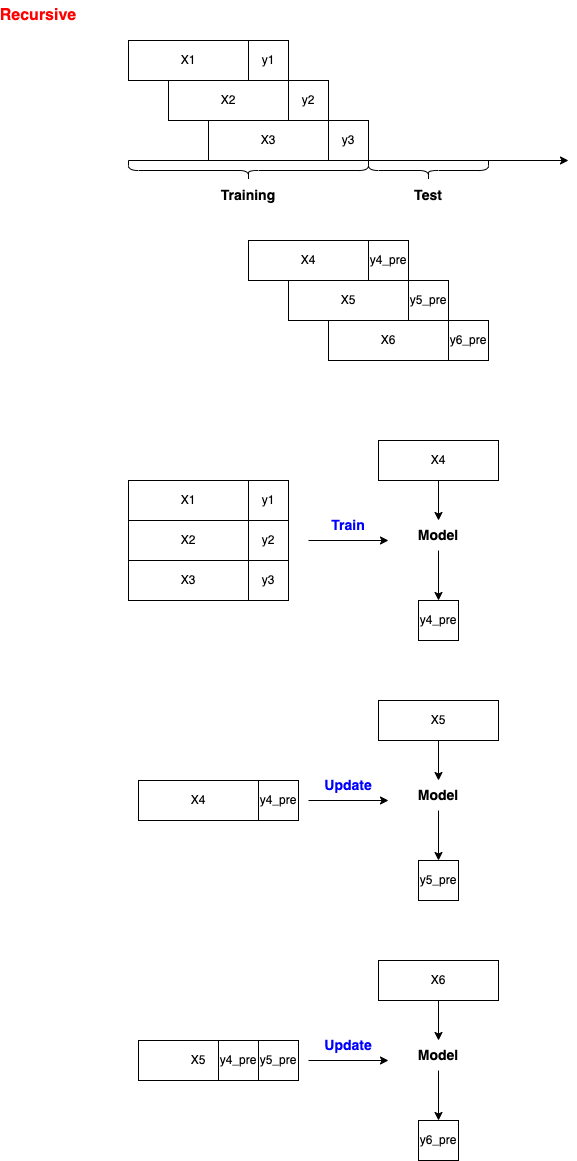
Above: DS/time_series/sktime/img/Forecasting_3.png in lin-chen-DLA/lin-chen-DLA.github.io (draw.io), before the change. Source tidied: cells renumbered, new cells last; positions are measured from the earlier drawing's top-left corner, leaving out a move shared by most shapes. The source it was exported from:
```xml
<mxGraphModel>
  <root>
    <mxCell id="0" />
    <mxCell id="1" parent="0" />
    <mxCell id="2" style="endArrow=classic;html=1;rounded=0;" parent="1" edge="1">
      <mxGeometry relative="1" as="geometry">
        <mxPoint x="120" y="160" as="sourcePoint" />
        <mxPoint x="560" y="160" as="targetPoint" />
      </mxGeometry>
    </mxCell>
    <mxCell id="3" value="X1" style="rounded=0;whiteSpace=wrap;html=1;" parent="1" vertex="1">
      <mxGeometry x="120" y="40" width="120" height="40" as="geometry" />
    </mxCell>
    <mxCell id="4" value="y1" style="rounded=0;whiteSpace=wrap;html=1;" parent="1" vertex="1">
      <mxGeometry x="240" y="40" width="40" height="40" as="geometry" />
    </mxCell>
    <mxCell id="5" value="X2" style="rounded=0;whiteSpace=wrap;html=1;" parent="1" vertex="1">
      <mxGeometry x="160" y="80" width="120" height="40" as="geometry" />
    </mxCell>
    <mxCell id="6" value="y2" style="rounded=0;whiteSpace=wrap;html=1;" parent="1" vertex="1">
      <mxGeometry x="280" y="80" width="40" height="40" as="geometry" />
    </mxCell>
    <mxCell id="7" value="X3" style="rounded=0;whiteSpace=wrap;html=1;" parent="1" vertex="1">
      <mxGeometry x="200" y="120" width="120" height="40" as="geometry" />
    </mxCell>
    <mxCell id="8" value="y3" style="rounded=0;whiteSpace=wrap;html=1;" parent="1" vertex="1">
      <mxGeometry x="320" y="120" width="40" height="40" as="geometry" />
    </mxCell>
    <mxCell id="9" value="X1" style="rounded=0;whiteSpace=wrap;html=1;" parent="1" vertex="1">
      <mxGeometry x="120" y="480" width="120" height="40" as="geometry" />
    </mxCell>
    <mxCell id="10" value="y1" style="rounded=0;whiteSpace=wrap;html=1;" parent="1" vertex="1">
      <mxGeometry x="240" y="480" width="40" height="40" as="geometry" />
    </mxCell>
    <mxCell id="11" value="X2" style="rounded=0;whiteSpace=wrap;html=1;" parent="1" vertex="1">
      <mxGeometry x="120" y="520" width="120" height="40" as="geometry" />
    </mxCell>
    <mxCell id="12" value="y2" style="rounded=0;whiteSpace=wrap;html=1;" parent="1" vertex="1">
      <mxGeometry x="240" y="520" width="40" height="40" as="geometry" />
    </mxCell>
    <mxCell id="13" value="X3" style="rounded=0;whiteSpace=wrap;html=1;" parent="1" vertex="1">
      <mxGeometry x="120" y="560" width="120" height="40" as="geometry" />
    </mxCell>
    <mxCell id="14" value="y3" style="rounded=0;whiteSpace=wrap;html=1;" parent="1" vertex="1">
      <mxGeometry x="240" y="560" width="40" height="40" as="geometry" />
    </mxCell>
    <mxCell id="15" style="shape=curlyBracket;whiteSpace=wrap;html=1;rounded=1;labelPosition=left;verticalLabelPosition=middle;align=right;verticalAlign=middle;rotation=-90;" parent="1" vertex="1">
      <mxGeometry x="230" y="50" width="20" height="240" as="geometry" />
    </mxCell>
    <mxCell id="16" value="&lt;font style=&quot;font-size: 14px;&quot;&gt;&lt;b&gt;Training&lt;/b&gt;&lt;/font&gt;" style="text;html=1;strokeColor=none;fillColor=none;align=center;verticalAlign=middle;whiteSpace=wrap;rounded=0;" parent="1" vertex="1">
      <mxGeometry x="210" y="180" width="60" height="30" as="geometry" />
    </mxCell>
    <mxCell id="17" style="shape=curlyBracket;whiteSpace=wrap;html=1;rounded=1;labelPosition=left;verticalLabelPosition=middle;align=right;verticalAlign=middle;rotation=-90;" parent="1" vertex="1">
      <mxGeometry x="410" y="110" width="20" height="120" as="geometry" />
    </mxCell>
    <mxCell id="18" value="&lt;font style=&quot;font-size: 14px;&quot;&gt;&lt;b&gt;Test&lt;/b&gt;&lt;/font&gt;" style="text;html=1;strokeColor=none;fillColor=none;align=center;verticalAlign=middle;whiteSpace=wrap;rounded=0;" parent="1" vertex="1">
      <mxGeometry x="390" y="180" width="60" height="30" as="geometry" />
    </mxCell>
    <mxCell id="19" style="edgeStyle=orthogonalEdgeStyle;rounded=0;jettySize=auto;html=1;exitX=0.5;exitY=1;exitDx=0;exitDy=0;entryX=0.5;entryY=0;entryDx=0;entryDy=0;" parent="1" edge="1" source="20" target="26">
      <mxGeometry relative="1" as="geometry" />
    </mxCell>
    <mxCell id="20" value="&lt;font style=&quot;font-size: 14px;&quot;&gt;&lt;b&gt;Model&lt;/b&gt;&lt;/font&gt;" style="text;html=1;strokeColor=none;fillColor=none;align=center;verticalAlign=middle;whiteSpace=wrap;rounded=0;" parent="1" vertex="1">
      <mxGeometry x="400" y="520" width="60" height="30" as="geometry" />
    </mxCell>
    <mxCell id="21" style="endArrow=classic;html=1;rounded=0;" parent="1" edge="1">
      <mxGeometry relative="1" as="geometry">
        <mxPoint x="300" y="540" as="sourcePoint" />
        <mxPoint x="380" y="540" as="targetPoint" />
      </mxGeometry>
    </mxCell>
    <mxCell id="22" value="X4" style="rounded=0;whiteSpace=wrap;html=1;" parent="1" vertex="1">
      <mxGeometry x="240" y="240" width="120" height="40" as="geometry" />
    </mxCell>
    <mxCell id="23" value="y4_pre" style="rounded=0;whiteSpace=wrap;html=1;" parent="1" vertex="1">
      <mxGeometry x="360" y="240" width="40" height="40" as="geometry" />
    </mxCell>
    <mxCell id="24" style="edgeStyle=orthogonalEdgeStyle;rounded=0;jettySize=auto;html=1;" parent="1" edge="1" source="25" target="20">
      <mxGeometry relative="1" as="geometry" />
    </mxCell>
    <mxCell id="25" value="X4" style="rounded=0;whiteSpace=wrap;html=1;" parent="1" vertex="1">
      <mxGeometry x="370" y="440" width="120" height="40" as="geometry" />
    </mxCell>
    <mxCell id="26" value="y4_pre" style="rounded=0;whiteSpace=wrap;html=1;" parent="1" vertex="1">
      <mxGeometry x="410" y="600" width="40" height="40" as="geometry" />
    </mxCell>
    <mxCell id="27" value="X5" style="rounded=0;whiteSpace=wrap;html=1;" parent="1" vertex="1">
      <mxGeometry x="280" y="280" width="120" height="40" as="geometry" />
    </mxCell>
    <mxCell id="28" value="y5_pre" style="rounded=0;whiteSpace=wrap;html=1;" parent="1" vertex="1">
      <mxGeometry x="400" y="280" width="40" height="40" as="geometry" />
    </mxCell>
    <mxCell id="29" value="X6" style="rounded=0;whiteSpace=wrap;html=1;" parent="1" vertex="1">
      <mxGeometry x="320" y="320" width="120" height="40" as="geometry" />
    </mxCell>
    <mxCell id="30" value="y6_pre" style="rounded=0;whiteSpace=wrap;html=1;" parent="1" vertex="1">
      <mxGeometry x="440" y="320" width="40" height="40" as="geometry" />
    </mxCell>
    <mxCell id="31" value="X4" style="rounded=0;whiteSpace=wrap;html=1;" parent="1" vertex="1">
      <mxGeometry x="130" y="780" width="120" height="40" as="geometry" />
    </mxCell>
    <mxCell id="32" value="y4_pre" style="rounded=0;whiteSpace=wrap;html=1;" parent="1" vertex="1">
      <mxGeometry x="250" y="780" width="40" height="40" as="geometry" />
    </mxCell>
    <mxCell id="33" style="edgeStyle=orthogonalEdgeStyle;rounded=0;jettySize=auto;html=1;exitX=0.5;exitY=1;exitDx=0;exitDy=0;entryX=0.5;entryY=0;entryDx=0;entryDy=0;" parent="1" edge="1" source="34" target="38">
      <mxGeometry relative="1" as="geometry" />
    </mxCell>
    <mxCell id="34" value="&lt;font style=&quot;font-size: 14px;&quot;&gt;&lt;b&gt;Model&lt;/b&gt;&lt;/font&gt;" style="text;html=1;strokeColor=none;fillColor=none;align=center;verticalAlign=middle;whiteSpace=wrap;rounded=0;" parent="1" vertex="1">
      <mxGeometry x="400" y="780" width="60" height="30" as="geometry" />
    </mxCell>
    <mxCell id="35" style="endArrow=classic;html=1;rounded=0;" parent="1" edge="1">
      <mxGeometry relative="1" as="geometry">
        <mxPoint x="300" y="800" as="sourcePoint" />
        <mxPoint x="380" y="800" as="targetPoint" />
      </mxGeometry>
    </mxCell>
    <mxCell id="36" style="edgeStyle=orthogonalEdgeStyle;rounded=0;jettySize=auto;html=1;" parent="1" edge="1" source="37" target="34">
      <mxGeometry relative="1" as="geometry" />
    </mxCell>
    <mxCell id="37" value="X5" style="rounded=0;whiteSpace=wrap;html=1;" parent="1" vertex="1">
      <mxGeometry x="370" y="700" width="120" height="40" as="geometry" />
    </mxCell>
    <mxCell id="38" value="y5_pre" style="rounded=0;whiteSpace=wrap;html=1;" parent="1" vertex="1">
      <mxGeometry x="410" y="860" width="40" height="40" as="geometry" />
    </mxCell>
    <mxCell id="39" style="edgeStyle=orthogonalEdgeStyle;rounded=0;jettySize=auto;html=1;exitX=0.5;exitY=1;exitDx=0;exitDy=0;entryX=0.5;entryY=0;entryDx=0;entryDy=0;" parent="1" edge="1" source="40" target="44">
      <mxGeometry relative="1" as="geometry" />
    </mxCell>
    <mxCell id="40" value="&lt;font style=&quot;font-size: 14px;&quot;&gt;&lt;b&gt;Model&lt;/b&gt;&lt;/font&gt;" style="text;html=1;strokeColor=none;fillColor=none;align=center;verticalAlign=middle;whiteSpace=wrap;rounded=0;" parent="1" vertex="1">
      <mxGeometry x="400" y="1040" width="60" height="30" as="geometry" />
    </mxCell>
    <mxCell id="41" style="endArrow=classic;html=1;rounded=0;" parent="1" edge="1">
      <mxGeometry relative="1" as="geometry">
        <mxPoint x="300" y="1060" as="sourcePoint" />
        <mxPoint x="380" y="1060" as="targetPoint" />
      </mxGeometry>
    </mxCell>
    <mxCell id="42" style="edgeStyle=orthogonalEdgeStyle;rounded=0;jettySize=auto;html=1;" parent="1" edge="1" source="43" target="40">
      <mxGeometry relative="1" as="geometry" />
    </mxCell>
    <mxCell id="43" value="X6" style="rounded=0;whiteSpace=wrap;html=1;" parent="1" vertex="1">
      <mxGeometry x="370" y="960" width="120" height="40" as="geometry" />
    </mxCell>
    <mxCell id="44" value="y6_pre" style="rounded=0;whiteSpace=wrap;html=1;" parent="1" vertex="1">
      <mxGeometry x="410" y="1120" width="40" height="40" as="geometry" />
    </mxCell>
    <mxCell id="45" value="X5" style="rounded=0;whiteSpace=wrap;html=1;" parent="1" vertex="1">
      <mxGeometry x="130" y="1040" width="120" height="40" as="geometry" />
    </mxCell>
    <mxCell id="46" value="y5_pre" style="rounded=0;whiteSpace=wrap;html=1;" parent="1" vertex="1">
      <mxGeometry x="250" y="1040" width="40" height="40" as="geometry" />
    </mxCell>
    <mxCell id="47" value="&lt;font size=&quot;1&quot; color=&quot;#ff0000&quot; style=&quot;&quot;&gt;&lt;b style=&quot;font-size: 16px;&quot;&gt;Recursive&lt;/b&gt;&lt;/font&gt;" style="text;html=1;strokeColor=none;fillColor=none;align=center;verticalAlign=middle;whiteSpace=wrap;rounded=0;" parent="1" vertex="1">
      <mxGeometry width="60" height="30" as="geometry" />
    </mxCell>
    <mxCell id="48" value="y4_pre" style="rounded=0;whiteSpace=wrap;html=1;" parent="1" vertex="1">
      <mxGeometry x="210" y="1040" width="40" height="40" as="geometry" />
    </mxCell>
    <mxCell id="49" value="&lt;font color=&quot;#0000ff&quot; style=&quot;font-size: 14px;&quot;&gt;&lt;b&gt;Train&lt;/b&gt;&lt;/font&gt;" style="text;html=1;strokeColor=none;fillColor=none;align=center;verticalAlign=middle;whiteSpace=wrap;rounded=0;" parent="1" vertex="1">
      <mxGeometry x="310" y="510" width="60" height="30" as="geometry" />
    </mxCell>
    <mxCell id="50" value="&lt;font color=&quot;#0000ff&quot;&gt;&lt;span style=&quot;font-size: 14px;&quot;&gt;&lt;b&gt;Update&lt;/b&gt;&lt;/span&gt;&lt;/font&gt;" style="text;html=1;strokeColor=none;fillColor=none;align=center;verticalAlign=middle;whiteSpace=wrap;rounded=0;" parent="1" vertex="1">
      <mxGeometry x="310" y="770" width="60" height="30" as="geometry" />
    </mxCell>
    <mxCell id="51" value="&lt;font color=&quot;#0000ff&quot;&gt;&lt;span style=&quot;font-size: 14px;&quot;&gt;&lt;b&gt;Update&lt;/b&gt;&lt;/span&gt;&lt;/font&gt;" style="text;html=1;strokeColor=none;fillColor=none;align=center;verticalAlign=middle;whiteSpace=wrap;rounded=0;" parent="1" vertex="1">
      <mxGeometry x="310" y="1030" width="60" height="30" as="geometry" />
    </mxCell>
  </root>
</mxGraphModel>
```
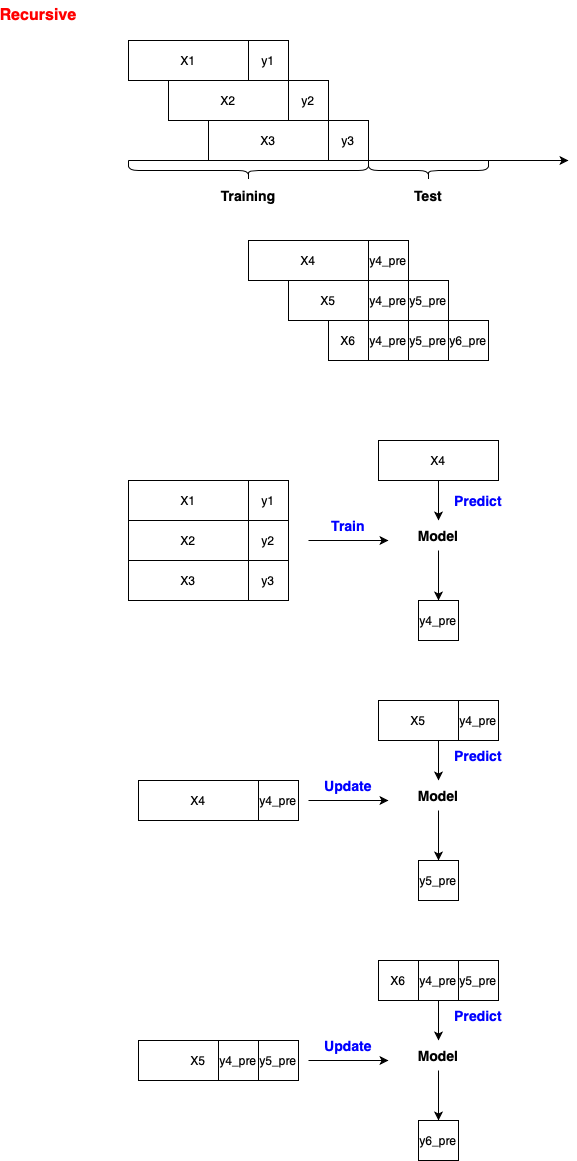
Above is the later version.

Diff of the diagram source:
```diff
@@ -84,13 +84,13 @@
       <mxGeometry x="410" y="600" width="40" height="40" as="geometry" />
     </mxCell>
     <mxCell id="27" value="X5" style="rounded=0;whiteSpace=wrap;html=1;" parent="1" vertex="1">
-      <mxGeometry x="280" y="280" width="120" height="40" as="geometry" />
+      <mxGeometry x="280" y="280" width="80" height="40" as="geometry" />
     </mxCell>
     <mxCell id="28" value="y5_pre" style="rounded=0;whiteSpace=wrap;html=1;" parent="1" vertex="1">
       <mxGeometry x="400" y="280" width="40" height="40" as="geometry" />
     </mxCell>
     <mxCell id="29" value="X6" style="rounded=0;whiteSpace=wrap;html=1;" parent="1" vertex="1">
-      <mxGeometry x="320" y="320" width="120" height="40" as="geometry" />
+      <mxGeometry x="320" y="320" width="40" height="40" as="geometry" />
     </mxCell>
     <mxCell id="30" value="y6_pre" style="rounded=0;whiteSpace=wrap;html=1;" parent="1" vertex="1">
       <mxGeometry x="440" y="320" width="40" height="40" as="geometry" />
@@ -113,11 +113,11 @@
         <mxPoint x="380" y="800" as="targetPoint" />
       </mxGeometry>
     </mxCell>
-    <mxCell id="36" style="edgeStyle=orthogonalEdgeStyle;rounded=0;jettySize=auto;html=1;" parent="1" edge="1" source="37" target="34">
+    <mxCell id="36" style="edgeStyle=orthogonalEdgeStyle;rounded=0;jettySize=auto;html=1;exitX=0.75;exitY=1;exitDx=0;exitDy=0;" parent="1" edge="1" source="37" target="34">
       <mxGeometry relative="1" as="geometry" />
     </mxCell>
     <mxCell id="37" value="X5" style="rounded=0;whiteSpace=wrap;html=1;" parent="1" vertex="1">
-      <mxGeometry x="370" y="700" width="120" height="40" as="geometry" />
+      <mxGeometry x="370" y="700" width="80" height="40" as="geometry" />
     </mxCell>
     <mxCell id="38" value="y5_pre" style="rounded=0;whiteSpace=wrap;html=1;" parent="1" vertex="1">
       <mxGeometry x="410" y="860" width="40" height="40" as="geometry" />
@@ -134,11 +134,11 @@
         <mxPoint x="380" y="1060" as="targetPoint" />
       </mxGeometry>
     </mxCell>
-    <mxCell id="42" style="edgeStyle=orthogonalEdgeStyle;rounded=0;jettySize=auto;html=1;" parent="1" edge="1" source="43" target="40">
+    <mxCell id="42" style="edgeStyle=orthogonalEdgeStyle;rounded=0;jettySize=auto;html=1;exitX=0.5;exitY=1;exitDx=0;exitDy=0;" parent="1" edge="1" source="60" target="40">
       <mxGeometry relative="1" as="geometry" />
     </mxCell>
     <mxCell id="43" value="X6" style="rounded=0;whiteSpace=wrap;html=1;" parent="1" vertex="1">
-      <mxGeometry x="370" y="960" width="120" height="40" as="geometry" />
+      <mxGeometry x="370" y="960" width="40" height="40" as="geometry" />
     </mxCell>
     <mxCell id="44" value="y6_pre" style="rounded=0;whiteSpace=wrap;html=1;" parent="1" vertex="1">
       <mxGeometry x="410" y="1120" width="40" height="40" as="geometry" />
@@ -164,5 +164,32 @@
     <mxCell id="51" value="&lt;font color=&quot;#0000ff&quot;&gt;&lt;span style=&quot;font-size: 14px;&quot;&gt;&lt;b&gt;Update&lt;/b&gt;&lt;/span&gt;&lt;/font&gt;" style="text;html=1;strokeColor=none;fillColor=none;align=center;verticalAlign=middle;whiteSpace=wrap;rounded=0;" parent="1" vertex="1">
       <mxGeometry x="310" y="1030" width="60" height="30" as="geometry" />
     </mxCell>
+    <mxCell id="52" value="y4_pre" style="rounded=0;whiteSpace=wrap;html=1;" parent="1" vertex="1">
+      <mxGeometry x="360" y="280" width="40" height="40" as="geometry" />
+    </mxCell>
+    <mxCell id="53" value="y5_pre" style="rounded=0;whiteSpace=wrap;html=1;" parent="1" vertex="1">
+      <mxGeometry x="400" y="320" width="40" height="40" as="geometry" />
+    </mxCell>
+    <mxCell id="54" value="y4_pre" style="rounded=0;whiteSpace=wrap;html=1;" parent="1" vertex="1">
+      <mxGeometry x="360" y="320" width="40" height="40" as="geometry" />
+    </mxCell>
+    <mxCell id="55" value="y4_pre" style="rounded=0;whiteSpace=wrap;html=1;" parent="1" vertex="1">
+      <mxGeometry x="450" y="700" width="40" height="40" as="geometry" />
+    </mxCell>
+    <mxCell id="56" value="&lt;font color=&quot;#0000ff&quot;&gt;&lt;span style=&quot;caret-color: rgb(0, 0, 255); font-size: 14px;&quot;&gt;&lt;b&gt;Predict&lt;/b&gt;&lt;/span&gt;&lt;/font&gt;" style="text;html=1;strokeColor=none;fillColor=none;align=center;verticalAlign=middle;whiteSpace=wrap;rounded=0;" parent="1" vertex="1">
+      <mxGeometry x="440" y="485" width="60" height="30" as="geometry" />
+    </mxCell>
+    <mxCell id="57" value="&lt;font color=&quot;#0000ff&quot;&gt;&lt;span style=&quot;caret-color: rgb(0, 0, 255); font-size: 14px;&quot;&gt;&lt;b&gt;Predict&lt;/b&gt;&lt;/span&gt;&lt;/font&gt;" style="text;html=1;strokeColor=none;fillColor=none;align=center;verticalAlign=middle;whiteSpace=wrap;rounded=0;" parent="1" vertex="1">
+      <mxGeometry x="440" y="740" width="60" height="30" as="geometry" />
+    </mxCell>
+    <mxCell id="58" value="&lt;font color=&quot;#0000ff&quot;&gt;&lt;span style=&quot;caret-color: rgb(0, 0, 255); font-size: 14px;&quot;&gt;&lt;b&gt;Predict&lt;/b&gt;&lt;/span&gt;&lt;/font&gt;" style="text;html=1;strokeColor=none;fillColor=none;align=center;verticalAlign=middle;whiteSpace=wrap;rounded=0;" parent="1" vertex="1">
+      <mxGeometry x="440" y="1000" width="60" height="30" as="geometry" />
+    </mxCell>
+    <mxCell id="59" value="y5_pre" style="rounded=0;whiteSpace=wrap;html=1;" parent="1" vertex="1">
+      <mxGeometry x="450" y="960" width="40" height="40" as="geometry" />
+    </mxCell>
+    <mxCell id="60" value="y4_pre" style="rounded=0;whiteSpace=wrap;html=1;" parent="1" vertex="1">
+      <mxGeometry x="410" y="960" width="40" height="40" as="geometry" />
+    </mxCell>
   </root>
 </mxGraphModel>
```
